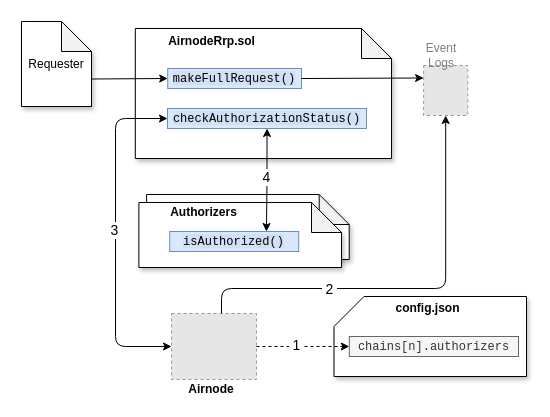
Earlier version of the draw.io diagram docs/airnode/v0.6/assets/diagrams/concepts-authorizers.drawio (api3dao/old-api3-docs). Source tidied: cells renumbered, new cells numbered last; positions are measured from the earlier drawing's top-left corner, leaving out a move shared by most shapes. Both pictures are drawn from the tidied source at 100%, with x=0, y=0 at pixel (21, 21). Pictures stored in the file or linked from it are replaced by grey dashed boxes.
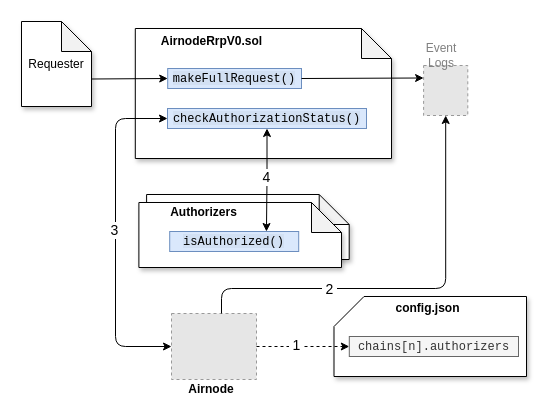
The same diagram, later.

Change to the diagram source:
```diff
@@
-    <mxCell id="6" value="AirnodeRrp.sol" style="text;html=1;strokeColor=none;fillColor=none;align=center;verticalAlign=middle;whiteSpace=wrap;rounded=0;fontStyle=1;" parent="1" vertex="1">
+    <mxCell id="6" value="AirnodeRrpV0.sol" style="text;html=1;strokeColor=none;fillColor=none;align=center;verticalAlign=middle;whiteSpace=wrap;rounded=0;fontStyle=1;" parent="1" vertex="1">
       <mxGeometry x="148.2" y="10" width="85" height="20" as="geometry" />
     </mxCell>
```
